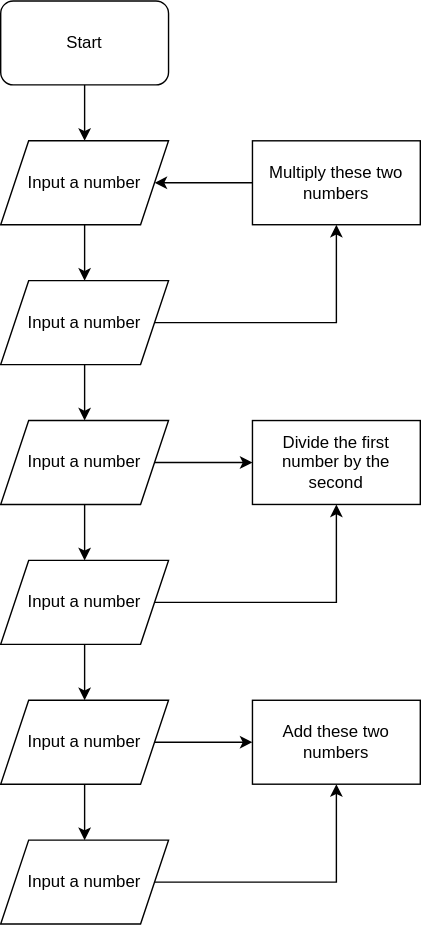
PPMAN123/ICS2D1 keeps this draw.io diagram as Lessons/Unit4/6 numbers.drawio.svg. Above is the earlier version. Source tidied: cells renumbered, new cells last; positions are measured from the earlier drawing's top-left corner, leaving out a move shared by most shapes.
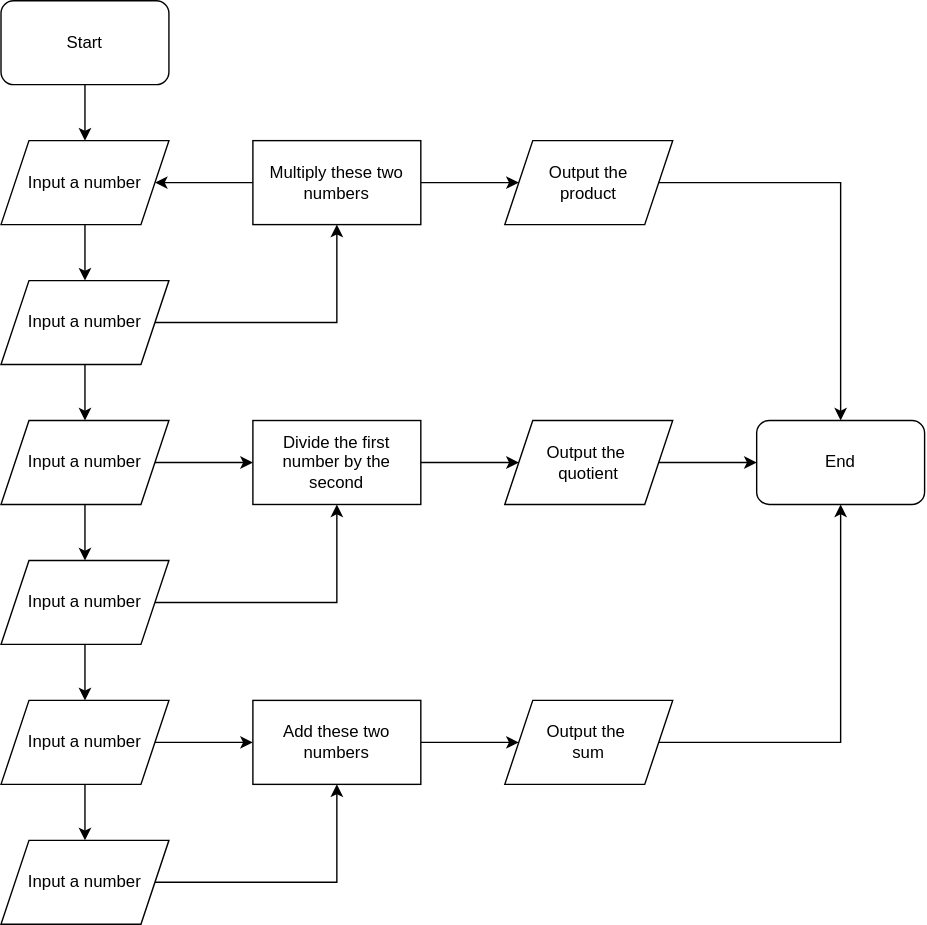
After the change.

Diff of the diagram source:
```diff
@@ -59,14 +59,44 @@
     <mxCell id="20" style="edgeStyle=orthogonalEdgeStyle;rounded=0;jettySize=auto;html=1;" parent="1" edge="1" source="21" target="5">
       <mxGeometry relative="1" as="geometry" />
     </mxCell>
+    <mxCell id="24" style="edgeStyle=orthogonalEdgeStyle;rounded=0;jettySize=auto;html=1;entryX=0;entryY=0.5;entryDx=0;entryDy=0;" parent="1" edge="1" source="21" target="28">
+      <mxGeometry relative="1" as="geometry" />
+    </mxCell>
     <mxCell id="21" value="Multiply these two numbers" style="rounded=0;whiteSpace=wrap;html=1;" parent="1" vertex="1">
       <mxGeometry x="180" y="100" width="120" height="60" as="geometry" />
     </mxCell>
+    <mxCell id="25" style="edgeStyle=orthogonalEdgeStyle;rounded=0;jettySize=auto;html=1;entryX=0;entryY=0.5;entryDx=0;entryDy=0;" parent="1" edge="1" source="22" target="30">
+      <mxGeometry relative="1" as="geometry" />
+    </mxCell>
     <mxCell id="22" value="Divide the first number by the second" style="rounded=0;whiteSpace=wrap;html=1;" parent="1" vertex="1">
       <mxGeometry x="180" y="300" width="120" height="60" as="geometry" />
     </mxCell>
+    <mxCell id="26" style="edgeStyle=orthogonalEdgeStyle;rounded=0;jettySize=auto;html=1;" parent="1" edge="1" source="23" target="32">
+      <mxGeometry relative="1" as="geometry" />
+    </mxCell>
     <mxCell id="23" value="Add these two numbers" style="rounded=0;whiteSpace=wrap;html=1;" parent="1" vertex="1">
       <mxGeometry x="180" y="500" width="120" height="60" as="geometry" />
     </mxCell>
+    <mxCell id="27" style="edgeStyle=orthogonalEdgeStyle;rounded=0;jettySize=auto;html=1;entryX=0.5;entryY=0;entryDx=0;entryDy=0;" parent="1" edge="1" source="28" target="33">
+      <mxGeometry relative="1" as="geometry" />
+    </mxCell>
+    <mxCell id="28" value="Output the&lt;br&gt;product" style="shape=parallelogram;perimeter=parallelogramPerimeter;whiteSpace=wrap;html=1;fixedSize=1;" parent="1" vertex="1">
+      <mxGeometry x="360" y="100" width="120" height="60" as="geometry" />
+    </mxCell>
+    <mxCell id="29" style="edgeStyle=orthogonalEdgeStyle;rounded=0;jettySize=auto;html=1;" parent="1" edge="1" source="30" target="33">
+      <mxGeometry relative="1" as="geometry" />
+    </mxCell>
+    <mxCell id="30" value="Output the&amp;nbsp;&lt;br&gt;quotient" style="shape=parallelogram;perimeter=parallelogramPerimeter;whiteSpace=wrap;html=1;fixedSize=1;" parent="1" vertex="1">
+      <mxGeometry x="360" y="300" width="120" height="60" as="geometry" />
+    </mxCell>
+    <mxCell id="31" style="edgeStyle=orthogonalEdgeStyle;rounded=0;jettySize=auto;html=1;entryX=0.5;entryY=1;entryDx=0;entryDy=0;" parent="1" edge="1" source="32" target="33">
+      <mxGeometry relative="1" as="geometry" />
+    </mxCell>
+    <mxCell id="32" value="Output the&amp;nbsp;&lt;br&gt;sum" style="shape=parallelogram;perimeter=parallelogramPerimeter;whiteSpace=wrap;html=1;fixedSize=1;" parent="1" vertex="1">
+      <mxGeometry x="360" y="500" width="120" height="60" as="geometry" />
+    </mxCell>
+    <mxCell id="33" value="End" style="rounded=1;whiteSpace=wrap;html=1;" parent="1" vertex="1">
+      <mxGeometry x="540" y="300" width="120" height="60" as="geometry" />
+    </mxCell>
   </root>
 </mxGraphModel>
```
